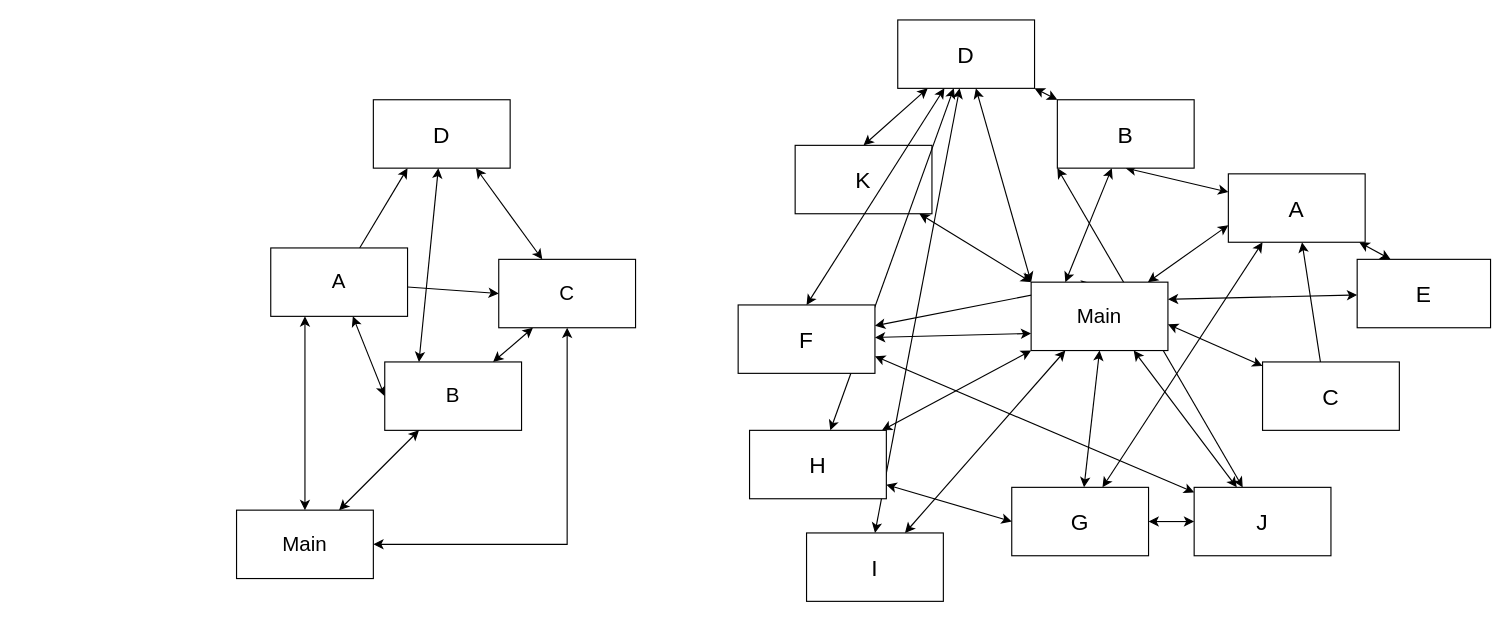
Above: page "第 3 页" (3 of 4) of designs/Architecture.drawio in AILHC/EasyGameFrameworkOpen (draw.io), before the change. Source tidied: cells renumbered, new cells numbered last; positions are measured from the earlier drawing's top-left corner, leaving out a move shared by most shapes. Both pictures are drawn from the tidied source at 114%, with x=0, y=0 at pixel (236, 19).
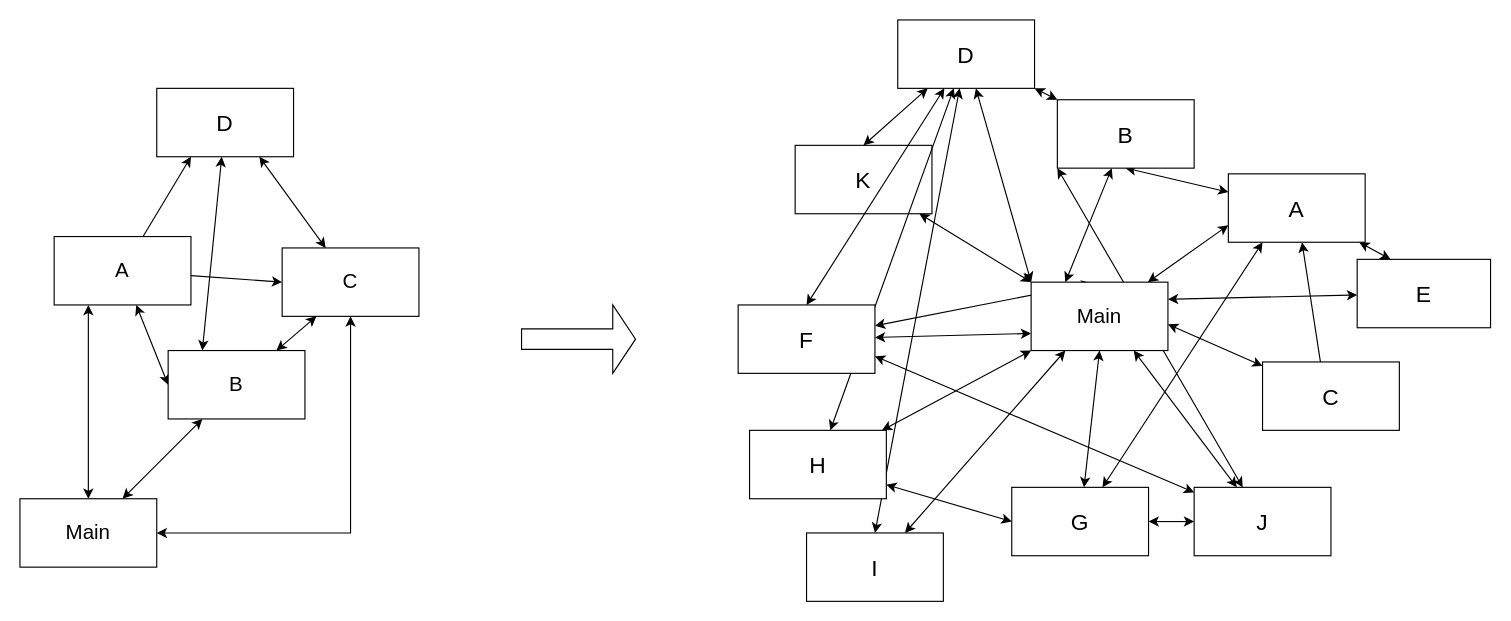
The same page after the edit.

Change to the diagram source:
```diff
@@
     <mxCell id="5" value="A" style="rounded=0;whiteSpace=wrap;html=1;fontSize=18;" parent="1" vertex="1">
-      <mxGeometry x="30" y="200" width="120" height="60" as="geometry" />
+      <mxGeometry x="-160" y="190" width="120" height="60" as="geometry" />
     </mxCell>
@@
     <mxCell id="12" value="B" style="rounded=0;whiteSpace=wrap;html=1;fontSize=18;" parent="1" vertex="1">
-      <mxGeometry x="130" y="300" width="120" height="60" as="geometry" />
+      <mxGeometry x="-60" y="290" width="120" height="60" as="geometry" />
     </mxCell>
     <mxCell id="13" value="C" style="rounded=0;whiteSpace=wrap;html=1;fontSize=18;" parent="1" vertex="1">
-      <mxGeometry x="230" y="210" width="120" height="60" as="geometry" />
+      <mxGeometry x="40" y="200" width="120" height="60" as="geometry" />
     </mxCell>
@@
     <mxCell id="47" value="Main" style="rounded=0;whiteSpace=wrap;html=1;fontSize=18;" parent="1" vertex="1">
-      <mxGeometry y="430" width="120" height="60" as="geometry" />
+      <mxGeometry x="-190" y="420" width="120" height="60" as="geometry" />
     </mxCell>
@@
     <mxCell id="52" value="D" style="rounded=0;whiteSpace=wrap;html=1;fontSize=20;" parent="1" vertex="1">
-      <mxGeometry x="120" y="70" width="120" height="60" as="geometry" />
+      <mxGeometry x="-70" y="60" width="120" height="60" as="geometry" />
     </mxCell>
+    <mxCell id="53" style="shape=singleArrow;whiteSpace=wrap;html=1;comic=0;" parent="1" vertex="1">
+      <mxGeometry x="250" y="250" width="100" height="60" as="geometry" />
+    </mxCell>
```
